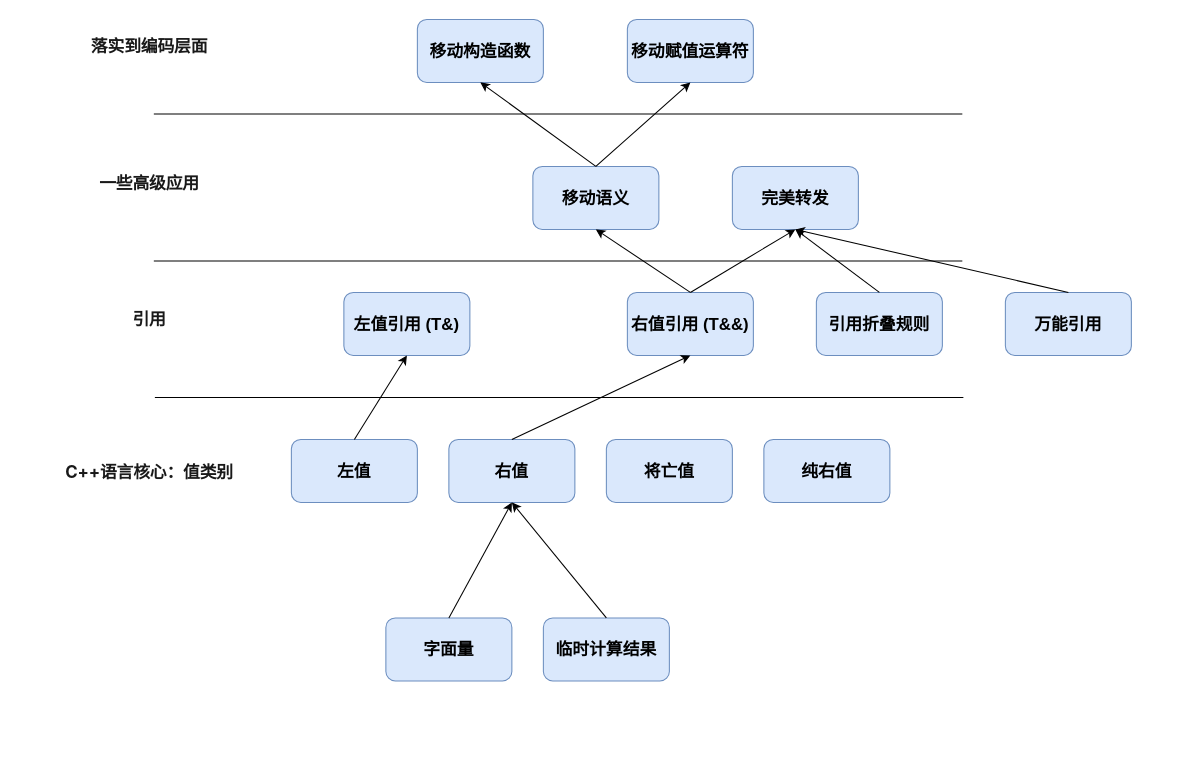
wangxiaokun/mypic keeps this draw.io diagram as C++原理.drawio. Above is the earlier version. Source tidied: cells renumbered, new cells numbered last; positions are measured from the earlier drawing's top-left corner, leaving out a move shared by most shapes. Both pictures are drawn from the tidied source at 105%, with x=0, y=0 at pixel (60, 19).
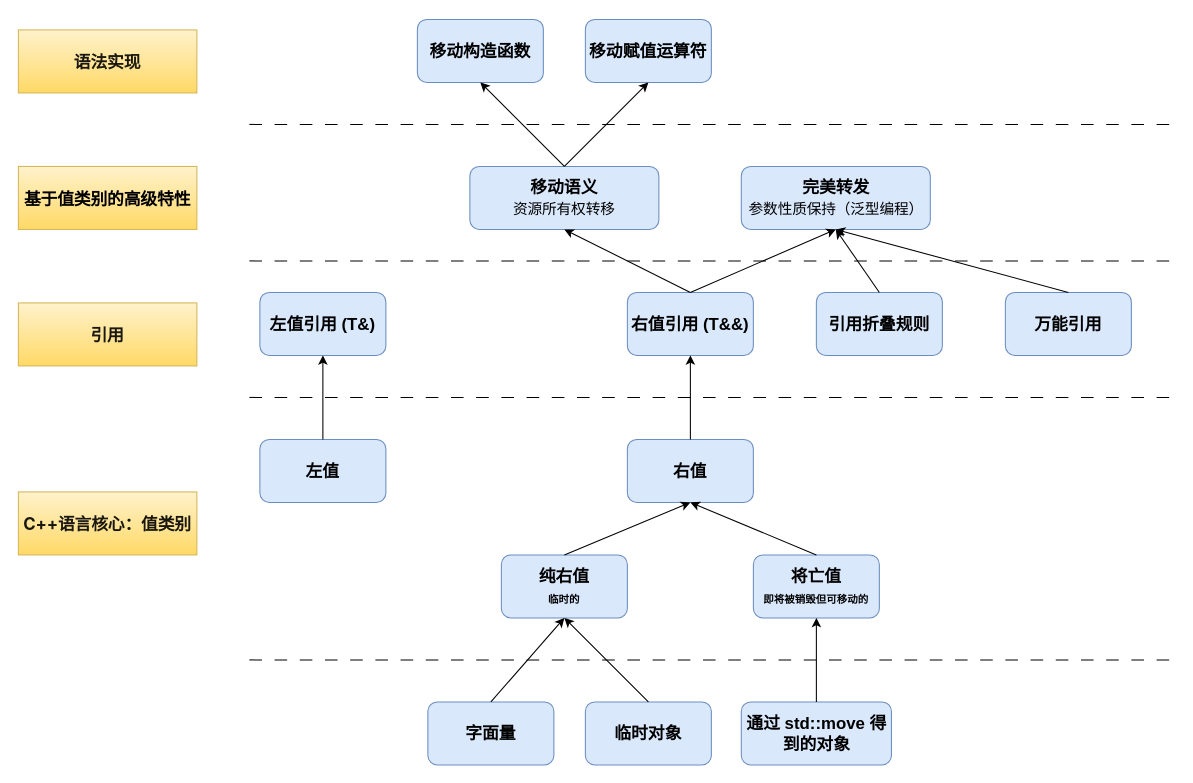
The same diagram, later.

Diff of the diagram source:
```diff
@@
     <mxCell id="2" value="左值" style="rounded=1;whiteSpace=wrap;html=1;fillColor=#dae8fc;strokeColor=#6c8ebf;fontSize=16;fontStyle=1;" parent="1" vertex="1">
-      <mxGeometry x="220" y="400" width="120" height="60" as="geometry" />
+      <mxGeometry x="190" y="400" width="120" height="60" as="geometry" />
     </mxCell>
     <mxCell id="3" value="右值" style="rounded=1;whiteSpace=wrap;html=1;fillColor=#dae8fc;strokeColor=#6c8ebf;fontSize=16;fontStyle=1;" parent="1" vertex="1">
-      <mxGeometry x="370" y="400" width="120" height="60" as="geometry" />
+      <mxGeometry x="540" y="400" width="120" height="60" as="geometry" />
     </mxCell>
-    <mxCell id="4" value="将亡值" style="rounded=1;whiteSpace=wrap;html=1;fillColor=#dae8fc;strokeColor=#6c8ebf;fontSize=16;fontStyle=1;" parent="1" vertex="1">
-      <mxGeometry x="520" y="400" width="120" height="60" as="geometry" />
+    <mxCell id="4" value="将亡值&lt;div&gt;&lt;font style=&quot;font-size: 10px;&quot;&gt;即将被销毁但可移动的&lt;/font&gt;&lt;/div&gt;" style="rounded=1;whiteSpace=wrap;html=1;fillColor=#dae8fc;strokeColor=#6c8ebf;fontSize=16;fontStyle=1;" parent="1" vertex="1">
+      <mxGeometry x="660" y="510" width="120" height="60" as="geometry" />
     </mxCell>
-    <mxCell id="5" value="纯右值" style="rounded=1;whiteSpace=wrap;html=1;fillColor=#dae8fc;strokeColor=#6c8ebf;fontSize=16;fontStyle=1;" parent="1" vertex="1">
-      <mxGeometry x="670" y="400" width="120" height="60" as="geometry" />
+    <mxCell id="5" value="纯右值&lt;br&gt;&lt;font style=&quot;font-size: 10px;&quot;&gt;临时的&lt;/font&gt;" style="rounded=1;whiteSpace=wrap;html=1;fillColor=#dae8fc;strokeColor=#6c8ebf;fontSize=16;fontStyle=1;" parent="1" vertex="1">
+      <mxGeometry x="420" y="510" width="120" height="60" as="geometry" />
     </mxCell>
-    <mxCell id="6" value="&lt;h3 style=&quot;border: 0px; font-variant-numeric: inherit; font-variant-east-asian: inherit; font-variant-alternates: inherit; font-variant-position: inherit; font-variant-emoji: inherit; font-stretch: inherit; font-size: 16px; line-height: 1.25; font-family: &amp;quot;PingFang SC&amp;quot;, -apple-system, &amp;quot;system-ui&amp;quot;, &amp;quot;Segoe UI&amp;quot;, Roboto, Ubuntu, &amp;quot;Helvetica Neue&amp;quot;, Helvetica, Arial, &amp;quot;Hiragino Sans GB&amp;quot;, &amp;quot;Microsoft YaHei UI&amp;quot;, &amp;quot;Microsoft YaHei&amp;quot;, &amp;quot;Source Han Sans CN&amp;quot;, sans-serif; font-optical-sizing: inherit; font-size-adjust: inherit; font-kerning: inherit; font-feature-settings: inherit; font-variation-settings: inherit; margin: 16px 0px; padding: 0px; vertical-align: baseline; color: rgba(0, 0, 0, 0.9); letter-spacing: -0.16px; text-align: start; background-color: rgb(255, 255, 255);&quot;&gt;&lt;span style=&quot;border: 0px; font-style: inherit; font-variant: inherit; font-stretch: inherit; font-size: inherit; line-height: inherit; font-family: inherit; font-optical-sizing: inherit; font-size-adjust: inherit; font-kerning: inherit; font-feature-settings: inherit; font-variation-settings: inherit; margin: 0px; padding: 0px; vertical-align: baseline;&quot;&gt;C++语言核心：值类别&lt;/span&gt;&lt;/h3&gt;" style="text;html=1;align=center;verticalAlign=middle;whiteSpace=wrap;rounded=0;" parent="1" vertex="1">
-      <mxGeometry y="415" width="170" height="30" as="geometry" />
+    <mxCell id="6" value="&lt;h3 style=&quot;border: 0px; font-variant-numeric: inherit; font-variant-east-asian: inherit; font-variant-alternates: inherit; font-variant-position: inherit; font-variant-emoji: inherit; font-stretch: inherit; font-size: 16px; line-height: 1.25; font-family: &amp;quot;PingFang SC&amp;quot;, -apple-system, &amp;quot;system-ui&amp;quot;, &amp;quot;Segoe UI&amp;quot;, Roboto, Ubuntu, &amp;quot;Helvetica Neue&amp;quot;, Helvetica, Arial, &amp;quot;Hiragino Sans GB&amp;quot;, &amp;quot;Microsoft YaHei UI&amp;quot;, &amp;quot;Microsoft YaHei&amp;quot;, &amp;quot;Source Han Sans CN&amp;quot;, sans-serif; font-optical-sizing: inherit; font-size-adjust: inherit; font-kerning: inherit; font-feature-settings: inherit; font-variation-settings: inherit; margin: 16px 0px; padding: 0px; vertical-align: baseline; color: rgba(0, 0, 0, 0.9); letter-spacing: -0.16px; text-align: start;&quot;&gt;&lt;span style=&quot;border: 0px; font-style: inherit; font-variant: inherit; font-stretch: inherit; font-size: inherit; line-height: inherit; font-family: inherit; font-optical-sizing: inherit; font-size-adjust: inherit; font-kerning: inherit; font-feature-settings: inherit; font-variation-settings: inherit; margin: 0px; padding: 0px; vertical-align: baseline;&quot;&gt;C++语言核心：值类别&lt;/span&gt;&lt;/h3&gt;" style="text;html=1;align=center;verticalAlign=middle;whiteSpace=wrap;rounded=0;fillColor=#fff2cc;strokeColor=#d6b656;gradientColor=#ffd966;" parent="1" vertex="1">
+      <mxGeometry x="-40" y="450" width="170" height="60" as="geometry" />
     </mxCell>
-    <mxCell id="7" style="endArrow=none;html=1;rounded=0;" parent="1" edge="1">
+    <mxCell id="7" style="endArrow=none;html=1;rounded=0;dashed=1;dashPattern=12 12;" parent="1" edge="1">
       <mxGeometry relative="1" as="geometry">
-        <mxPoint x="90" y="360" as="sourcePoint" />
-        <mxPoint x="860" y="360" as="targetPoint" />
+        <mxPoint x="180" y="360" as="sourcePoint" />
+        <mxPoint x="1060" y="360" as="targetPoint" />
       </mxGeometry>
     </mxCell>
     <mxCell id="8" value="左值引用 (T&amp;amp;)" style="rounded=1;whiteSpace=wrap;html=1;fillColor=#dae8fc;strokeColor=#6c8ebf;fontSize=16;fontStyle=1;" parent="1" vertex="1">
-      <mxGeometry x="270" y="260" width="120" height="60" as="geometry" />
+      <mxGeometry x="190" y="260" width="120" height="60" as="geometry" />
     </mxCell>
@@
-    <mxCell id="10" value="完美转发" style="rounded=1;whiteSpace=wrap;html=1;fillColor=#dae8fc;strokeColor=#6c8ebf;fontSize=16;fontStyle=1;" parent="1" vertex="1">
-      <mxGeometry x="640" y="140" width="120" height="60" as="geometry" />
+    <mxCell id="10" value="完美转发&lt;br&gt;&lt;span style=&quot;font-family: ui-monospace, SFMono-Regular, &amp;quot;SF Mono&amp;quot;, Menlo, Consolas, &amp;quot;Liberation Mono&amp;quot;, monospace; font-size: 14px; font-weight: 400; letter-spacing: -0.16px; text-align: left; white-space: pre;&quot;&gt;参数性质保持（&lt;/span&gt;&lt;span style=&quot;font-family: ui-monospace, SFMono-Regular, &amp;quot;SF Mono&amp;quot;, Menlo, Consolas, &amp;quot;Liberation Mono&amp;quot;, monospace; font-size: 14px; font-weight: 400; letter-spacing: -0.16px; text-align: left; white-space: pre;&quot;&gt;泛型编程&lt;/span&gt;&lt;span style=&quot;font-family: ui-monospace, SFMono-Regular, &amp;quot;SF Mono&amp;quot;, Menlo, Consolas, &amp;quot;Liberation Mono&amp;quot;, monospace; font-size: 14px; font-weight: 400; letter-spacing: -0.16px; text-align: left; white-space: pre;&quot;&gt;）&lt;/span&gt;" style="rounded=1;whiteSpace=wrap;html=1;fillColor=#dae8fc;strokeColor=#6c8ebf;fontSize=16;fontStyle=1;" parent="1" vertex="1">
+      <mxGeometry x="648.5" y="140" width="180" height="60" as="geometry" />
     </mxCell>
-    <mxCell id="11" value="移动语义" style="rounded=1;whiteSpace=wrap;html=1;fillColor=#dae8fc;strokeColor=#6c8ebf;fontSize=16;fontStyle=1;" parent="1" vertex="1">
-      <mxGeometry x="450" y="140" width="120" height="60" as="geometry" />
+    <mxCell id="11" value="移动语义&lt;br&gt;&lt;span style=&quot;font-family: ui-monospace, SFMono-Regular, &amp;quot;SF Mono&amp;quot;, Menlo, Consolas, &amp;quot;Liberation Mono&amp;quot;, monospace; font-size: 14px; font-weight: 400; letter-spacing: -0.16px; text-align: left; white-space: pre;&quot;&gt;资源所有权转移&lt;/span&gt;" style="rounded=1;whiteSpace=wrap;html=1;fillColor=#dae8fc;strokeColor=#6c8ebf;fontSize=16;fontStyle=1;" parent="1" vertex="1">
+      <mxGeometry x="390" y="140" width="180" height="60" as="geometry" />
     </mxCell>
-    <mxCell id="12" value="临时计算结果" style="rounded=1;whiteSpace=wrap;html=1;fillColor=#dae8fc;strokeColor=#6c8ebf;fontSize=16;fontStyle=1;" parent="1" vertex="1">
-      <mxGeometry x="460" y="570" width="120" height="60" as="geometry" />
+    <mxCell id="12" value="临时对象" style="rounded=1;whiteSpace=wrap;html=1;fillColor=#dae8fc;strokeColor=#6c8ebf;fontSize=16;fontStyle=1;" parent="1" vertex="1">
+      <mxGeometry x="500" y="650" width="120" height="60" as="geometry" />
     </mxCell>
     <mxCell id="13" value="字面量" style="rounded=1;whiteSpace=wrap;html=1;fillColor=#dae8fc;strokeColor=#6c8ebf;fontSize=16;fontStyle=1;" parent="1" vertex="1">
-      <mxGeometry x="310" y="570" width="120" height="60" as="geometry" />
+      <mxGeometry x="350" y="650" width="120" height="60" as="geometry" />
     </mxCell>
-    <mxCell id="14" style="endArrow=classic;html=1;rounded=0;entryX=0.5;entryY=1;entryDx=0;entryDy=0;exitX=0.5;exitY=0;exitDx=0;exitDy=0;fontSize=16;fontStyle=1;" parent="1" edge="1" source="13" target="3">
+    <mxCell id="14" style="endArrow=classic;html=1;rounded=0;exitX=0.5;exitY=0;exitDx=0;exitDy=0;fontSize=16;fontStyle=1;entryX=0.5;entryY=1;entryDx=0;entryDy=0;" parent="1" edge="1" source="13" target="5">
       <mxGeometry relative="1" as="geometry" />
     </mxCell>
-    <mxCell id="15" style="endArrow=classic;html=1;rounded=0;entryX=0.5;entryY=1;entryDx=0;entryDy=0;exitX=0.5;exitY=0;exitDx=0;exitDy=0;fontSize=16;fontStyle=1;" parent="1" edge="1" source="12" target="3">
+    <mxCell id="15" style="endArrow=classic;html=1;rounded=0;exitX=0.5;exitY=0;exitDx=0;exitDy=0;fontSize=16;fontStyle=1;entryX=0.5;entryY=1;entryDx=0;entryDy=0;" parent="1" edge="1" source="12" target="5">
       <mxGeometry relative="1" as="geometry" />
     </mxCell>
@@
-    <mxCell id="19" style="endArrow=none;html=1;rounded=0;" parent="1" edge="1">
+    <mxCell id="19" style="endArrow=none;html=1;rounded=0;dashed=1;dashPattern=12 12;" parent="1" edge="1">
       <mxGeometry relative="1" as="geometry">
-        <mxPoint x="89" y="230" as="sourcePoint" />
-        <mxPoint x="859" y="230" as="targetPoint" />
+        <mxPoint x="180" y="230" as="sourcePoint" />
+        <mxPoint x="1060" y="230" as="targetPoint" />
       </mxGeometry>
     </mxCell>
-    <mxCell id="20" value="&lt;h3 style=&quot;border: 0px; font-variant-numeric: inherit; font-variant-east-asian: inherit; font-variant-alternates: inherit; font-variant-position: inherit; font-variant-emoji: inherit; font-stretch: inherit; font-size: 16px; line-height: 1.25; font-family: &amp;quot;PingFang SC&amp;quot;, -apple-system, &amp;quot;system-ui&amp;quot;, &amp;quot;Segoe UI&amp;quot;, Roboto, Ubuntu, &amp;quot;Helvetica Neue&amp;quot;, Helvetica, Arial, &amp;quot;Hiragino Sans GB&amp;quot;, &amp;quot;Microsoft YaHei UI&amp;quot;, &amp;quot;Microsoft YaHei&amp;quot;, &amp;quot;Source Han Sans CN&amp;quot;, sans-serif; font-optical-sizing: inherit; font-size-adjust: inherit; font-kerning: inherit; font-feature-settings: inherit; font-variation-settings: inherit; margin: 16px 0px; padding: 0px; vertical-align: baseline; color: rgba(0, 0, 0, 0.9); letter-spacing: -0.16px; text-align: start; background-color: rgb(255, 255, 255);&quot;&gt;引用&lt;/h3&gt;" style="text;html=1;align=center;verticalAlign=middle;whiteSpace=wrap;rounded=0;" parent="1" vertex="1">
-      <mxGeometry y="270" width="170" height="30" as="geometry" />
+    <mxCell id="20" value="&lt;h3 style=&quot;border: 0px; font-variant-numeric: inherit; font-variant-east-asian: inherit; font-variant-alternates: inherit; font-variant-position: inherit; font-variant-emoji: inherit; font-stretch: inherit; font-size: 16px; line-height: 1.25; font-family: &amp;quot;PingFang SC&amp;quot;, -apple-system, &amp;quot;system-ui&amp;quot;, &amp;quot;Segoe UI&amp;quot;, Roboto, Ubuntu, &amp;quot;Helvetica Neue&amp;quot;, Helvetica, Arial, &amp;quot;Hiragino Sans GB&amp;quot;, &amp;quot;Microsoft YaHei UI&amp;quot;, &amp;quot;Microsoft YaHei&amp;quot;, &amp;quot;Source Han Sans CN&amp;quot;, sans-serif; font-optical-sizing: inherit; font-size-adjust: inherit; font-kerning: inherit; font-feature-settings: inherit; font-variation-settings: inherit; margin: 16px 0px; padding: 0px; vertical-align: baseline; color: rgba(0, 0, 0, 0.9); letter-spacing: -0.16px; text-align: start;&quot;&gt;&lt;span&gt;引用&lt;/span&gt;&lt;/h3&gt;" style="text;html=1;align=center;verticalAlign=middle;whiteSpace=wrap;rounded=0;fillColor=#fff2cc;strokeColor=#d6b656;gradientColor=#ffd966;" parent="1" vertex="1">
+      <mxGeometry x="-40" y="270" width="170" height="60" as="geometry" />
     </mxCell>
@@
-    <mxCell id="22" style="endArrow=none;html=1;rounded=0;" parent="1" edge="1">
+    <mxCell id="22" style="endArrow=none;html=1;rounded=0;dashed=1;dashPattern=12 12;" parent="1" edge="1">
       <mxGeometry relative="1" as="geometry">
-        <mxPoint x="89" y="90" as="sourcePoint" />
-        <mxPoint x="859" y="90" as="targetPoint" />
+        <mxPoint x="180" y="100" as="sourcePoint" />
+        <mxPoint x="1060" y="100" as="targetPoint" />
       </mxGeometry>
     </mxCell>
@@
     <mxCell id="24" value="移动赋值运算符" style="rounded=1;whiteSpace=wrap;html=1;fillColor=#dae8fc;strokeColor=#6c8ebf;fontSize=16;fontStyle=1;" parent="1" vertex="1">
-      <mxGeometry x="540" width="120" height="60" as="geometry" />
+      <mxGeometry x="500" width="120" height="60" as="geometry" />
     </mxCell>
@@
-    <mxCell id="27" value="&lt;h3 style=&quot;border: 0px; font-variant-numeric: inherit; font-variant-east-asian: inherit; font-variant-alternates: inherit; font-variant-position: inherit; font-variant-emoji: inherit; font-stretch: inherit; font-size: 16px; line-height: 1.25; font-family: &amp;quot;PingFang SC&amp;quot;, -apple-system, &amp;quot;system-ui&amp;quot;, &amp;quot;Segoe UI&amp;quot;, Roboto, Ubuntu, &amp;quot;Helvetica Neue&amp;quot;, Helvetica, Arial, &amp;quot;Hiragino Sans GB&amp;quot;, &amp;quot;Microsoft YaHei UI&amp;quot;, &amp;quot;Microsoft YaHei&amp;quot;, &amp;quot;Source Han Sans CN&amp;quot;, sans-serif; font-optical-sizing: inherit; font-size-adjust: inherit; font-kerning: inherit; font-feature-settings: inherit; font-variation-settings: inherit; margin: 16px 0px; padding: 0px; vertical-align: baseline; color: rgba(0, 0, 0, 0.9); letter-spacing: -0.16px; text-align: start; background-color: rgb(255, 255, 255);&quot;&gt;一些高级应用&lt;/h3&gt;" style="text;html=1;align=center;verticalAlign=middle;whiteSpace=wrap;rounded=0;" parent="1" vertex="1">
-      <mxGeometry y="140" width="170" height="30" as="geometry" />
+    <mxCell id="27" value="&lt;h3 style=&quot;border: 0px; font-variant-numeric: inherit; font-variant-east-asian: inherit; font-variant-alternates: inherit; font-variant-position: inherit; font-variant-emoji: inherit; font-stretch: inherit; font-size: 16px; line-height: 1.25; font-family: &amp;quot;PingFang SC&amp;quot;, -apple-system, &amp;quot;system-ui&amp;quot;, &amp;quot;Segoe UI&amp;quot;, Roboto, Ubuntu, &amp;quot;Helvetica Neue&amp;quot;, Helvetica, Arial, &amp;quot;Hiragino Sans GB&amp;quot;, &amp;quot;Microsoft YaHei UI&amp;quot;, &amp;quot;Microsoft YaHei&amp;quot;, &amp;quot;Source Han Sans CN&amp;quot;, sans-serif; font-optical-sizing: inherit; font-size-adjust: inherit; font-kerning: inherit; font-feature-settings: inherit; font-variation-settings: inherit; margin: 16px 0px; padding: 0px; vertical-align: baseline; color: rgba(0, 0, 0, 0.9); letter-spacing: -0.16px; text-align: start;&quot;&gt;&lt;span style=&quot;color: rgb(0, 0, 0); letter-spacing: -0.16px;&quot;&gt;基于值类别的高级特性&lt;/span&gt;&lt;/h3&gt;" style="text;html=1;align=center;verticalAlign=middle;whiteSpace=wrap;rounded=0;fillColor=#fff2cc;strokeColor=#d6b656;fontStyle=1;gradientColor=#ffd966;" parent="1" vertex="1">
+      <mxGeometry x="-40" y="140" width="170" height="60" as="geometry" />
     </mxCell>
-    <mxCell id="28" value="&lt;h3 style=&quot;border: 0px; font-variant-numeric: inherit; font-variant-east-asian: inherit; font-variant-alternates: inherit; font-variant-position: inherit; font-variant-emoji: inherit; font-stretch: inherit; font-size: 16px; line-height: 1.25; font-family: &amp;quot;PingFang SC&amp;quot;, -apple-system, &amp;quot;system-ui&amp;quot;, &amp;quot;Segoe UI&amp;quot;, Roboto, Ubuntu, &amp;quot;Helvetica Neue&amp;quot;, Helvetica, Arial, &amp;quot;Hiragino Sans GB&amp;quot;, &amp;quot;Microsoft YaHei UI&amp;quot;, &amp;quot;Microsoft YaHei&amp;quot;, &amp;quot;Source Han Sans CN&amp;quot;, sans-serif; font-optical-sizing: inherit; font-size-adjust: inherit; font-kerning: inherit; font-feature-settings: inherit; font-variation-settings: inherit; margin: 16px 0px; padding: 0px; vertical-align: baseline; color: rgba(0, 0, 0, 0.9); letter-spacing: -0.16px; text-align: start; background-color: rgb(255, 255, 255);&quot;&gt;落实到编码层面&lt;/h3&gt;" style="text;html=1;align=center;verticalAlign=middle;whiteSpace=wrap;rounded=0;" parent="1" vertex="1">
-      <mxGeometry y="10" width="170" height="30" as="geometry" />
+    <mxCell id="28" value="&lt;h3 style=&quot;border: 0px; font-variant-numeric: inherit; font-variant-east-asian: inherit; font-variant-alternates: inherit; font-variant-position: inherit; font-variant-emoji: inherit; font-stretch: inherit; font-size: 16px; line-height: 1.25; font-family: &amp;quot;PingFang SC&amp;quot;, -apple-system, &amp;quot;system-ui&amp;quot;, &amp;quot;Segoe UI&amp;quot;, Roboto, Ubuntu, &amp;quot;Helvetica Neue&amp;quot;, Helvetica, Arial, &amp;quot;Hiragino Sans GB&amp;quot;, &amp;quot;Microsoft YaHei UI&amp;quot;, &amp;quot;Microsoft YaHei&amp;quot;, &amp;quot;Source Han Sans CN&amp;quot;, sans-serif; font-optical-sizing: inherit; font-size-adjust: inherit; font-kerning: inherit; font-feature-settings: inherit; font-variation-settings: inherit; margin: 16px 0px; padding: 0px; vertical-align: baseline; color: rgba(0, 0, 0, 0.9); letter-spacing: -0.16px; text-align: start;&quot;&gt;&lt;span&gt;语法实现&lt;/span&gt;&lt;/h3&gt;" style="text;html=1;align=center;verticalAlign=middle;whiteSpace=wrap;rounded=0;fillColor=#fff2cc;strokeColor=#d6b656;gradientColor=#ffd966;" parent="1" vertex="1">
+      <mxGeometry x="-40" y="10" width="170" height="60" as="geometry" />
     </mxCell>
@@
+    <mxCell id="33" style="endArrow=none;html=1;rounded=0;dashed=1;dashPattern=12 12;" parent="1" edge="1">
+      <mxGeometry relative="1" as="geometry">
+        <mxPoint x="180" y="610" as="sourcePoint" />
+        <mxPoint x="1060" y="610" as="targetPoint" />
+      </mxGeometry>
+    </mxCell>
+    <mxCell id="34" style="endArrow=classic;html=1;rounded=0;entryX=0.5;entryY=1;entryDx=0;entryDy=0;exitX=0.5;exitY=0;exitDx=0;exitDy=0;" parent="1" edge="1" source="4" target="3">
+      <mxGeometry relative="1" as="geometry" />
+    </mxCell>
+    <mxCell id="35" style="endArrow=classic;html=1;rounded=0;entryX=0.5;entryY=1;entryDx=0;entryDy=0;exitX=0.5;exitY=0;exitDx=0;exitDy=0;" parent="1" edge="1" source="5" target="3">
+      <mxGeometry relative="1" as="geometry" />
+    </mxCell>
+    <mxCell id="36" value="通过 std::move 得到的对象" style="rounded=1;whiteSpace=wrap;html=1;fillColor=#dae8fc;strokeColor=#6c8ebf;fontSize=16;fontStyle=1;" parent="1" vertex="1">
+      <mxGeometry x="648.5" y="650" width="143" height="60" as="geometry" />
+    </mxCell>
+    <mxCell id="37" style="endArrow=classic;html=1;rounded=0;entryX=0.5;entryY=1;entryDx=0;entryDy=0;exitX=0.5;exitY=0;exitDx=0;exitDy=0;" parent="1" edge="1" source="36" target="4">
+      <mxGeometry relative="1" as="geometry" />
+    </mxCell>
```
